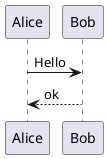
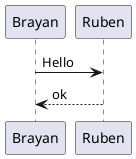
@startuml
- Alice->Bob : Hello
- return ok
+ Brayan -> Ruben: Hello
+ Ruben --> Brayan: ok
@enduml